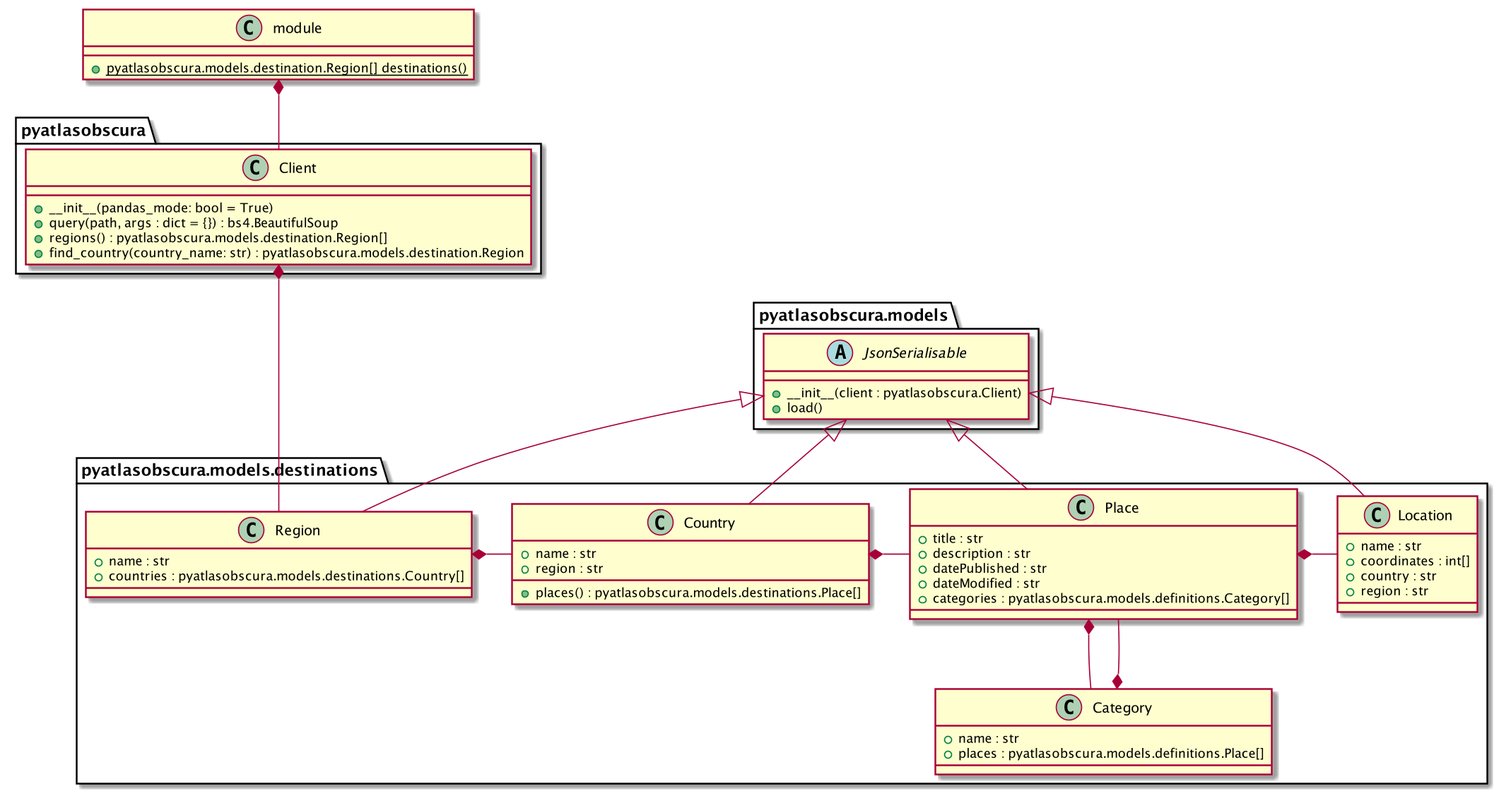
Earlier version of the PlantUML export docs/diagrams/pyatlasobscura.png (drewsonne/pyatlasobscura).
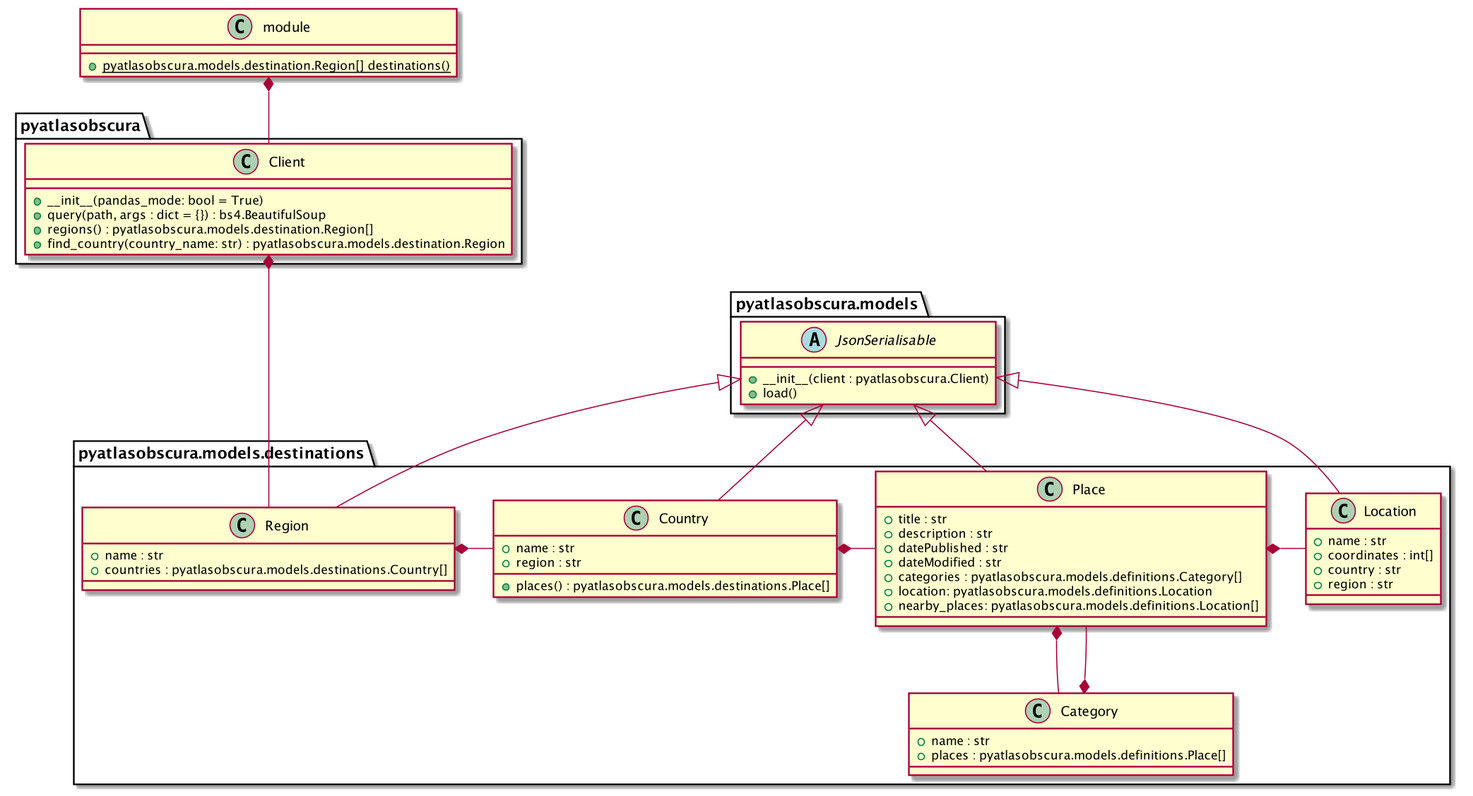
Above is the later version.

Commit message:
Add missing fields

The edit, as a diff of the source:
```diff
@@ -43,6 +43,8 @@
     + datePublished : str
     + dateModified : str
     + categories : pyatlasobscura.models.definitions.Category[]
+    + location: pyatlasobscura.models.definitions.Location
+    + nearby_places: pyatlasobscura.models.definitions.Location[]
 }
 
 class pyatlasobscura.models.destinations.Category {
```
